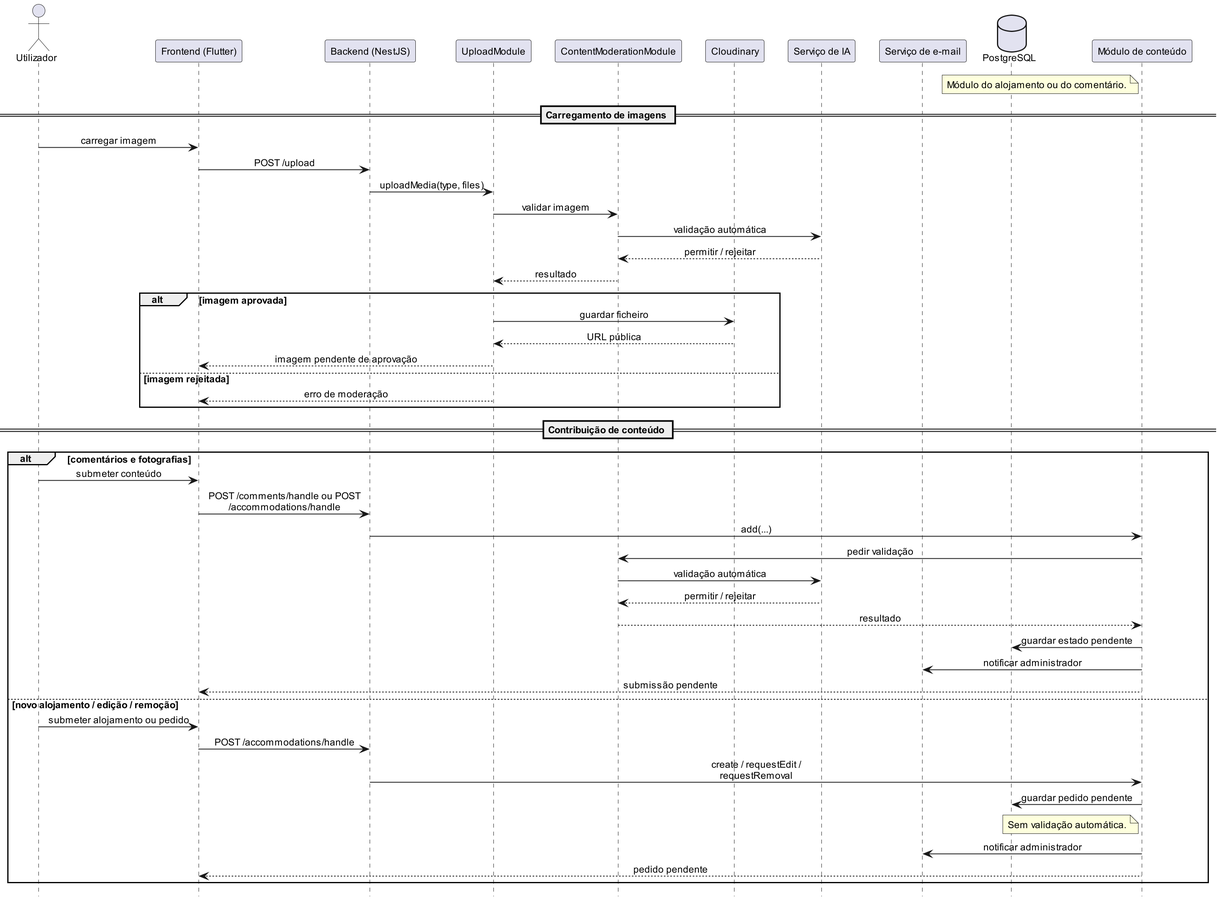
This is docs/diagrams/png/communication-media-moderation-flow-a.png from alegna83/cookbook-be, a PlantUML export, as it was before one commit.
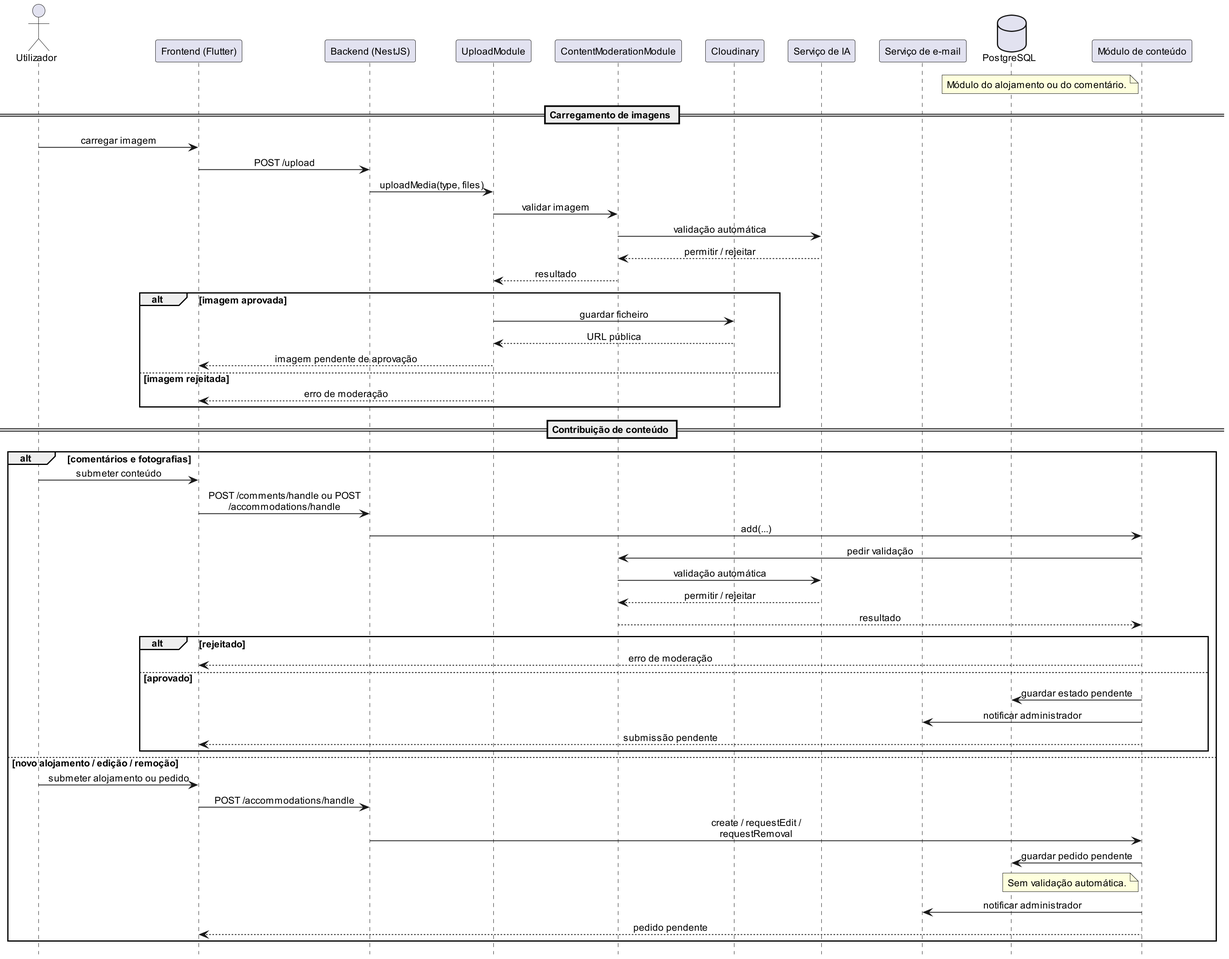
The same file after the commit.

What changed in the source:
```diff
@@ -53,9 +53,13 @@
   ModerationModule -> AI : validação automática
   AI --> ModerationModule : permitir / rejeitar
   ModerationModule --> ContentModule : resultado
-  ContentModule -> DB : guardar estado pendente
-  ContentModule -> Email : notificar administrador
-  ContentModule --> FE : submissão pendente
+  alt rejeitado
+    ContentModule --> FE : erro de moderação
+  else aprovado
+    ContentModule -> DB : guardar estado pendente
+    ContentModule -> Email : notificar administrador
+    ContentModule --> FE : submissão pendente
+  end
 else novo alojamento / edição / remoção
   Utilizador -> FE : submeter alojamento ou pedido
   FE -> BE : POST /accommodations/handle
```
